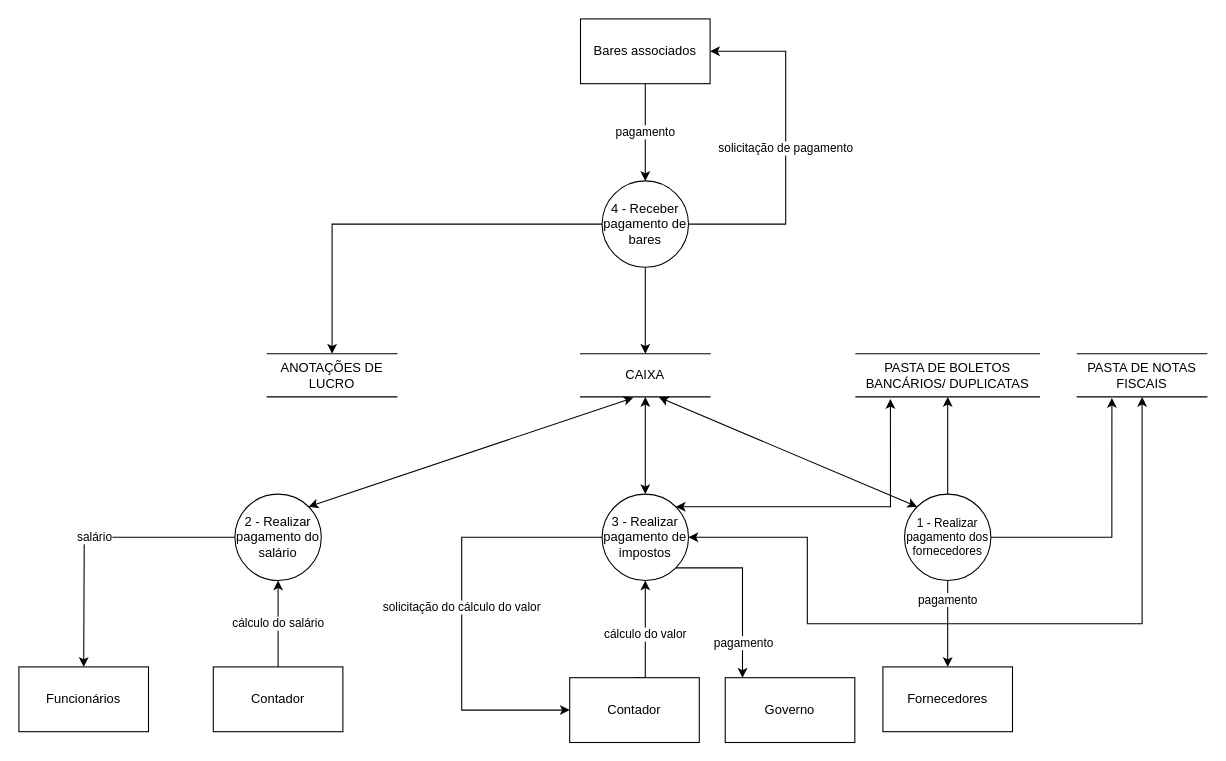
The draw.io diagram docs/ARTEFATOS(15-23)/FINANCEIRO/Controlar_Fluxo_De_Caixa/Controlar_Fluxo_De_Caixa (1).drawio in Darienzo08/ope_ads, before the edit. Source tidied: cells renumbered, new cells numbered last; positions are measured from the earlier drawing's top-left corner, leaving out a move shared by most shapes. Both pictures are drawn from the tidied source at 108%, with x=0, y=0 at pixel (18, 18).
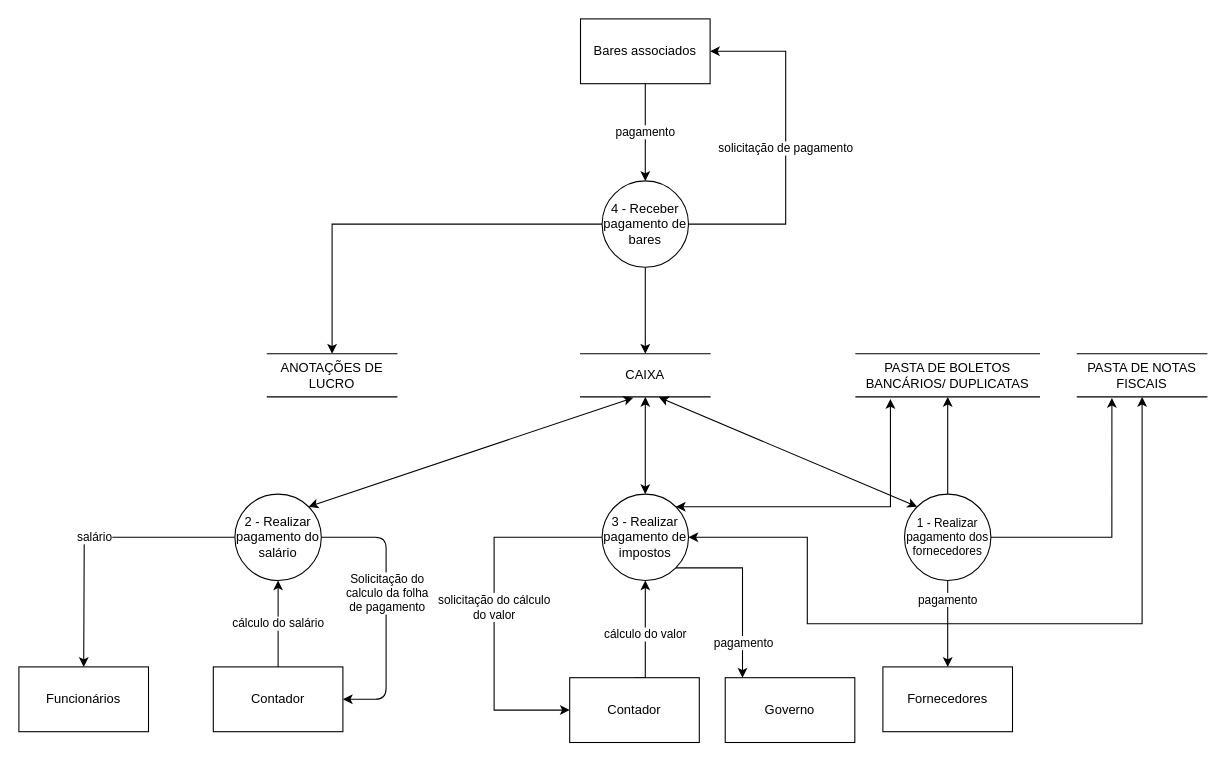
Above is the later version.

Commit message (it also covers changes not shown here):
ciclos de vida entregar pedido-controlar fluxo de caixa

Unchanged cells that the change refers to:
```xml
<mxCell id="12" value="2 - Realizar pagamento do salário" style="ellipse;whiteSpace=wrap;html=1;" parent="1" vertex="1">
  <mxGeometry x="200" y="440" width="80" height="80" as="geometry" />
</mxCell>
<mxCell id="19" value="3 - Realizar pagamento de impostos" style="ellipse;whiteSpace=wrap;html=1;" parent="1" vertex="1">
  <mxGeometry x="540" y="440" width="80" height="80" as="geometry" />
</mxCell>
<mxCell id="28" value="Contador" style="rounded=0;whiteSpace=wrap;html=1;" parent="1" vertex="1">
  <mxGeometry x="180" y="600" width="120" height="60" as="geometry" />
</mxCell>
<mxCell id="31" value="Contador" style="rounded=0;whiteSpace=wrap;html=1;" parent="1" vertex="1">
  <mxGeometry x="510" y="610" width="120" height="60" as="geometry" />
</mxCell>
```

The edit, as a diff of the source:
```diff
@@
-    <mxCell id="15" value="solicitação do cálculo do valor" style="edgeStyle=orthogonalEdgeStyle;rounded=0;jettySize=auto;html=1;exitX=0;exitY=0.5;exitDx=0;exitDy=0;entryX=0;entryY=0.5;entryDx=0;entryDy=0;startArrow=none;startFill=0;endArrow=classic;endFill=1;" parent="1" edge="1" source="19" target="31">
+    <mxCell id="15" value="solicitação do cálculo&lt;br&gt;do valor" style="edgeStyle=orthogonalEdgeStyle;rounded=0;jettySize=auto;html=1;exitX=0;exitY=0.5;exitDx=0;exitDy=0;entryX=0;entryY=0.5;entryDx=0;entryDy=0;startArrow=none;startFill=0;endArrow=classic;endFill=1;" parent="1" edge="1" source="19" target="31">
       <mxGeometry relative="1" as="geometry">
         <Array as="points">
-          <mxPoint x="410" y="480" />
-          <mxPoint x="410" y="640" />
+          <mxPoint x="440" y="480" />
+          <mxPoint x="440" y="640" />
         </Array>
       </mxGeometry>
     </mxCell>
@@
+    <mxCell id="34" style="endArrow=classic;html=1;exitX=1;exitY=0.5;exitDx=0;exitDy=0;entryX=1;entryY=0.5;entryDx=0;entryDy=0;" parent="1" edge="1" source="12" target="28">
+      <mxGeometry relative="1" as="geometry">
+        <Array as="points">
+          <mxPoint x="340" y="480" />
+          <mxPoint x="340" y="550" />
+          <mxPoint x="340" y="630" />
+        </Array>
+      </mxGeometry>
+    </mxCell>
+    <mxCell id="35" value="Solicitação do&lt;br&gt;calculo da folha&lt;br&gt;de pagamento" style="edgeLabel;html=1;align=center;verticalAlign=middle;" parent="34" vertex="1">
+      <mxGeometry x="-0.11" relative="1" as="geometry" />
+    </mxCell>
```
